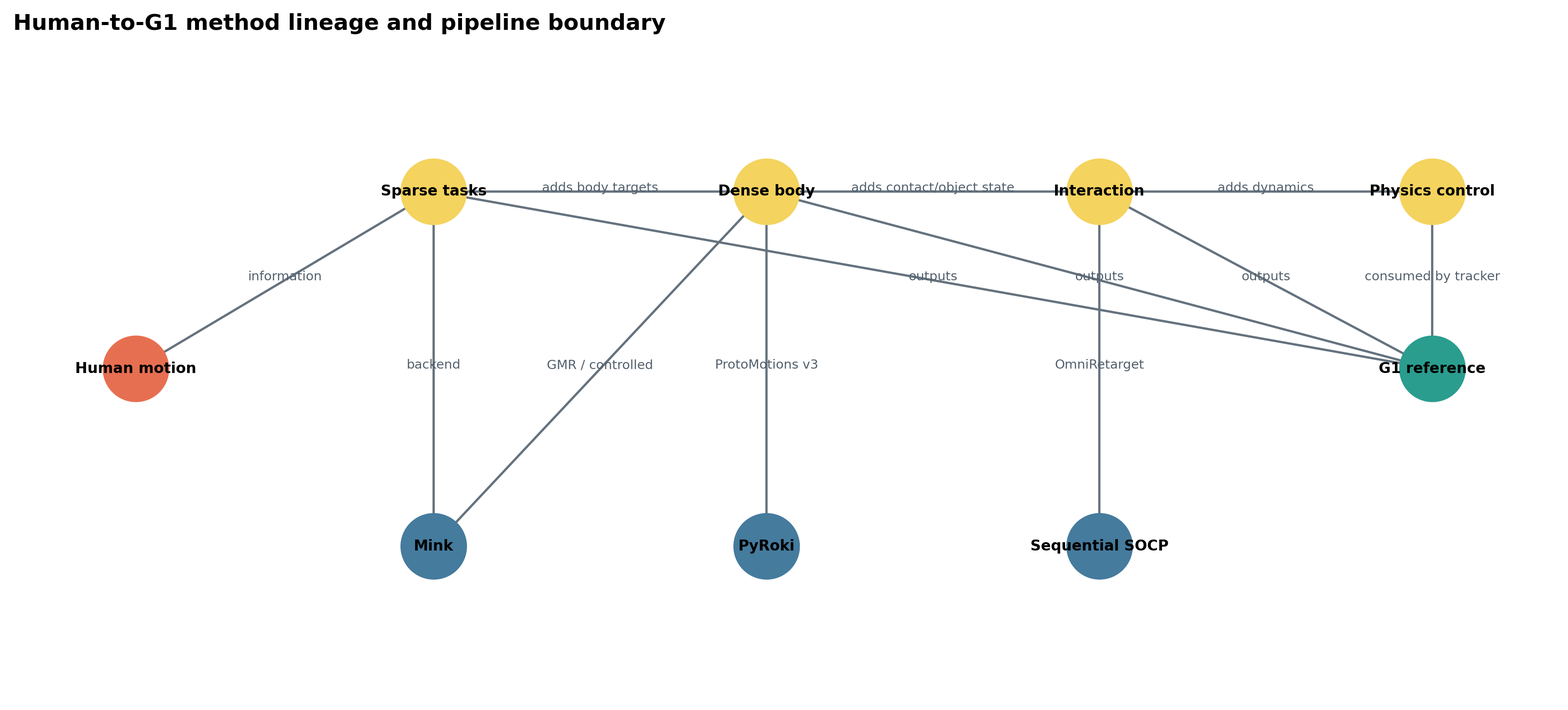
Before: research/lineage_graph.png, a diagram exported from Mermaid (Arkitect-z/retargeting_comparison). Its source is kept beside it as research/lineage_graph.mmd. Source of this version:
```mermaid
flowchart LR
  Mink[Mink backend] --> GMR[GMR]
  Mink --> PM2[ProtoMotions v2 retargeting]
  PyRoki[PyRoki backend] --> PM3[ProtoMotions v3 retargeting]
  PHC[PHC SMPL fitting] --> PM2
  SOCP[Sequential SOCP] --> Omni[OmniRetarget / Holosoma]
  Sparse[Sparse task tracking] --> Dense[Dense body preservation]
  Dense --> Interaction[Interaction preservation]
  Interaction --> Physics[Physics-aware adaptation / control]
  GMR --> Dense
  PM3 --> Dense
  Omni --> Interaction
  MaskedMimic[MaskedMimic controller] --> Physics
  BeyondMimic[BeyondMimic tracker] --> Physics
```
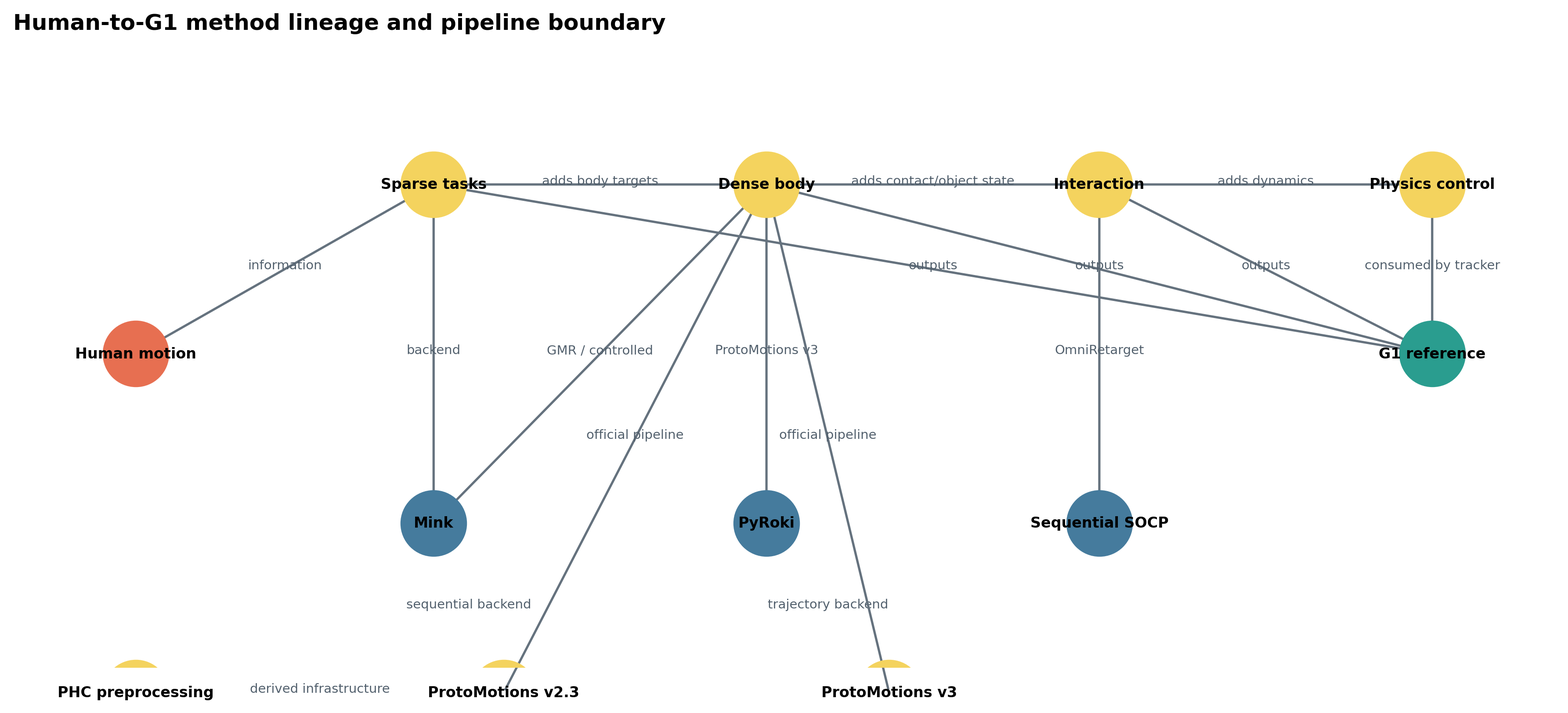
Above is the later version.

The edit, as a diff of the source:
```diff
@@ -1,8 +1,8 @@
 flowchart LR
   Mink[Mink backend] --> GMR[GMR]
-  Mink --> PM2[ProtoMotions v2 retargeting]
+  Mink --> PM2[ProtoMotions v2.3 retargeting]
   PyRoki[PyRoki backend] --> PM3[ProtoMotions v3 retargeting]
-  PHC[PHC SMPL fitting] --> PM2
+  PHC[PHC-derived preprocessing / FK] --> PM2
   SOCP[Sequential SOCP] --> Omni[OmniRetarget / Holosoma]
   Sparse[Sparse task tracking] --> Dense[Dense body preservation]
   Dense --> Interaction[Interaction preservation]
```
